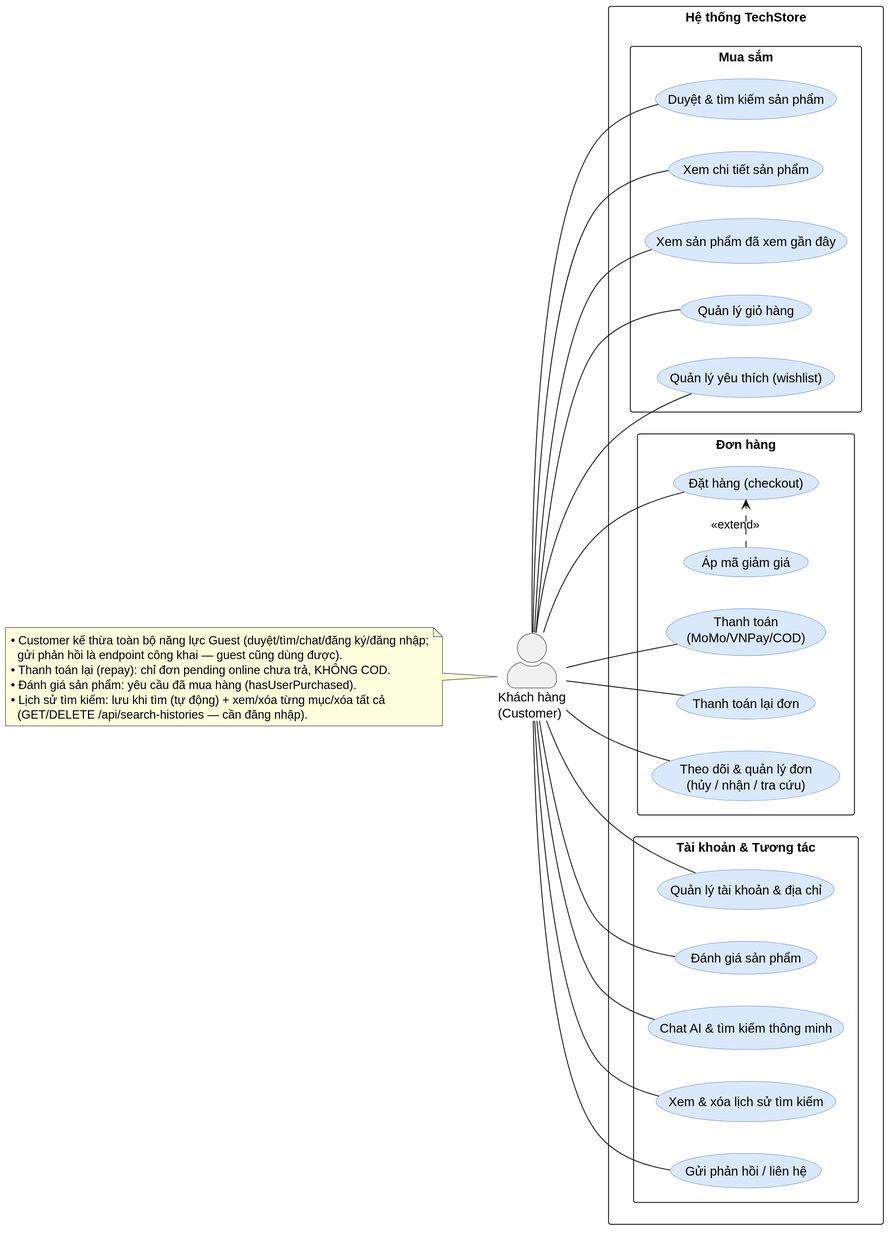
This is diagrams/usecase/usecase-02-overview-customer.svg from MinhThang1009/E-commerce-website, a PlantUML export, as it was before one commit.
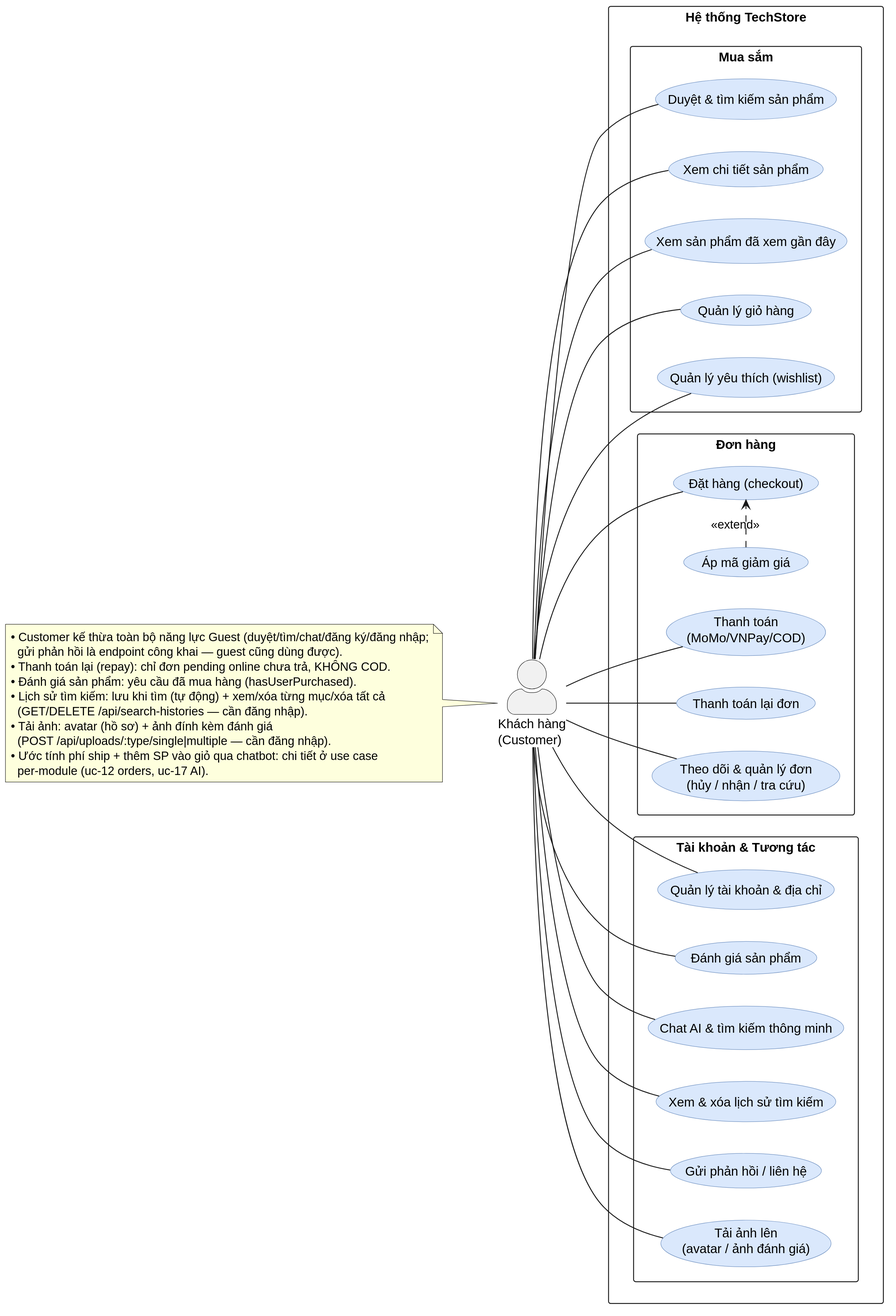
After the change.

The edit, as a diff of the source:
```diff
@@ -33,6 +33,7 @@
     usecase "Chat AI & tìm kiếm thông minh" as UC_ai
     usecase "Xem & xóa lịch sử tìm kiếm" as UC_searchhist
     usecase "Gửi phản hồi / liên hệ" as UC_feedback
+    usecase "Tải ảnh lên\n(avatar / ảnh đánh giá)" as UC_upload
   }
 
   UC_discount .> UC_order : <<extend>>
@@ -52,6 +53,7 @@
 customer -- UC_ai
 customer -- UC_searchhist
 customer -- UC_feedback
+customer -- UC_upload
 
 note left of customer
   • Customer kế thừa toàn bộ năng lực Guest (duyệt/tìm/chat/đăng ký/đăng nhập;
@@ -60,5 +62,9 @@
   • Đánh giá sản phẩm: yêu cầu đã mua hàng (hasUserPurchased).
   • Lịch sử tìm kiếm: lưu khi tìm (tự động) + xem/xóa từng mục/xóa tất cả
     (GET/DELETE /api/search-histories — cần đăng nhập).
+  • Tải ảnh: avatar (hồ sơ) + ảnh đính kèm đánh giá
+    (POST /api/uploads/:type/single|multiple — cần đăng nhập).
+  • Ước tính phí ship + thêm SP vào giỏ qua chatbot: chi tiết ở use case
+    per-module (uc-12 orders, uc-17 AI).
 end note
 @enduml
```
